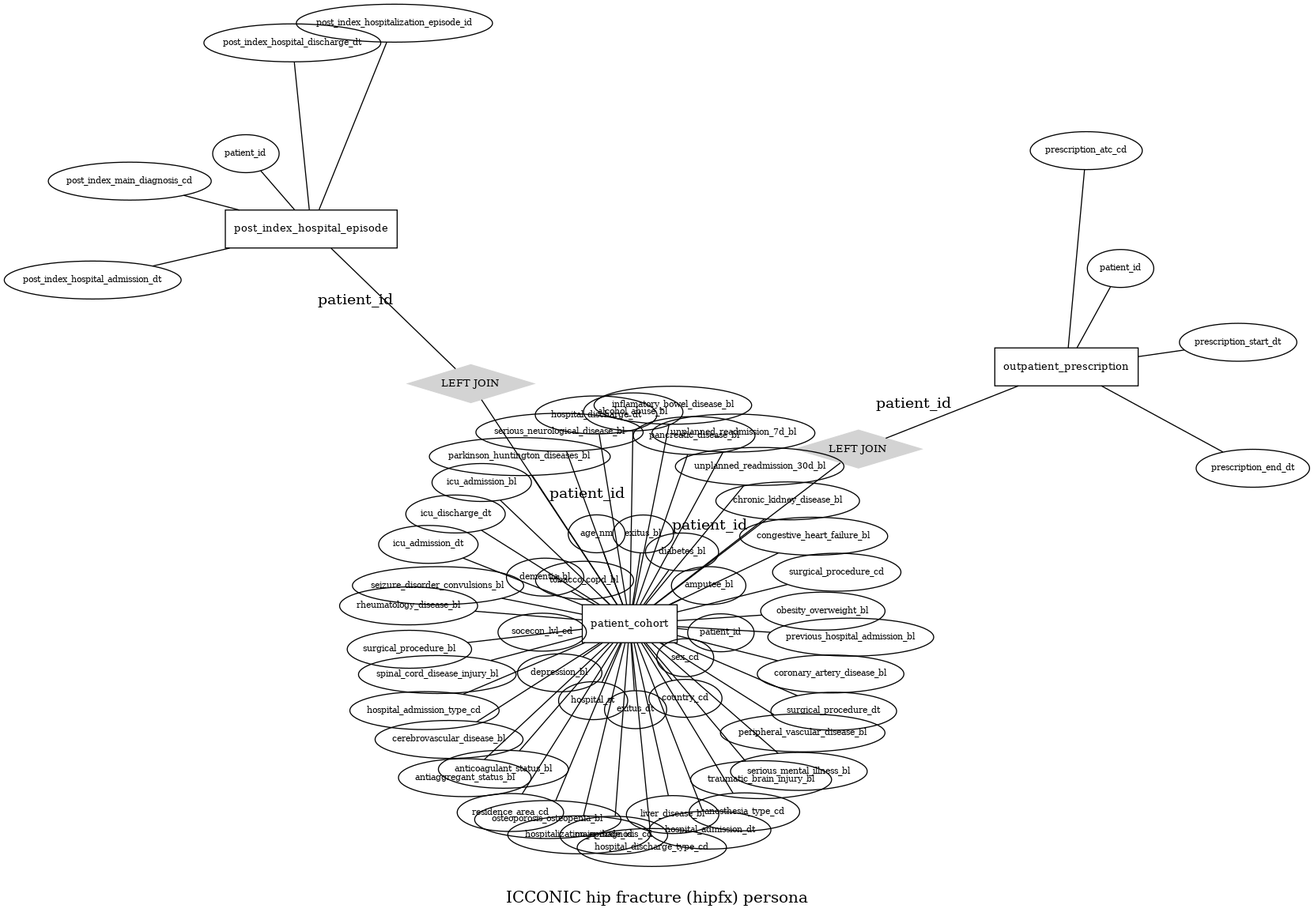
Above: docs/CDM/ER.gv.png in cienciadedatosysalud/ICCONIC-HIPFX (Graphviz), before the change. Its source is kept beside it as docs/CDM/ER.gv.
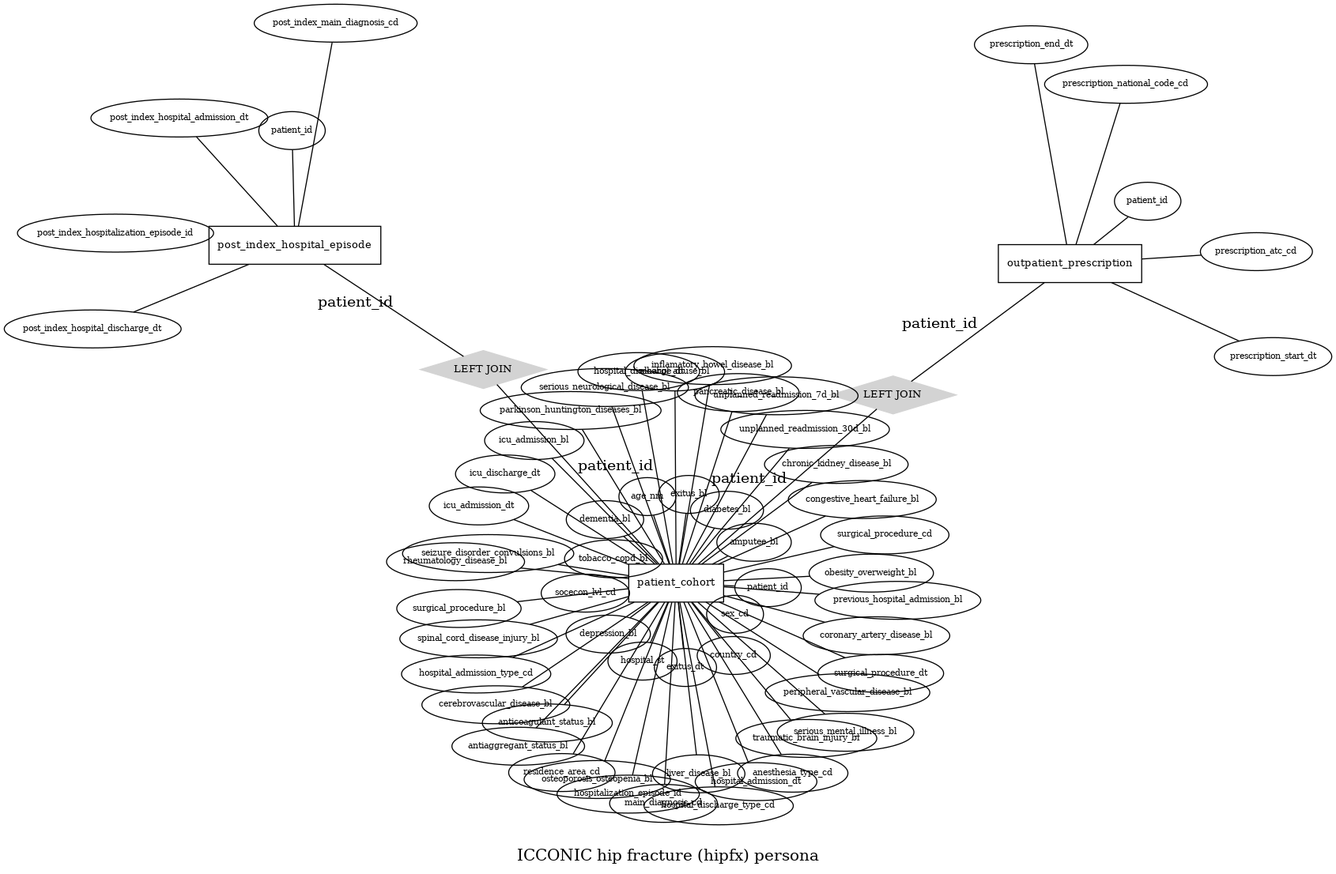
Later version of the same file.

What changed in the source:
```diff
@@ -107,6 +107,8 @@
 	node [shape=ellipse]
 	outpatient_prescription_patient_id [label=patient_id fontsize="8pt"]
 	outpatient_prescription_patient_id -- outpatient_prescription [len=1.5]
+	outpatient_prescription_prescription_national_code_cd [label=prescription_national_code_cd fontsize="8pt"]
+	outpatient_prescription_prescription_national_code_cd -- outpatient_prescription [len=2.1]
 	outpatient_prescription_prescription_atc_cd [label=prescription_atc_cd fontsize="8pt"]
 	outpatient_prescription_prescription_atc_cd -- outpatient_prescription [len=2.1]
 	outpatient_prescription_prescription_start_dt [label=prescription_start_dt fontsize="8pt"]
```
